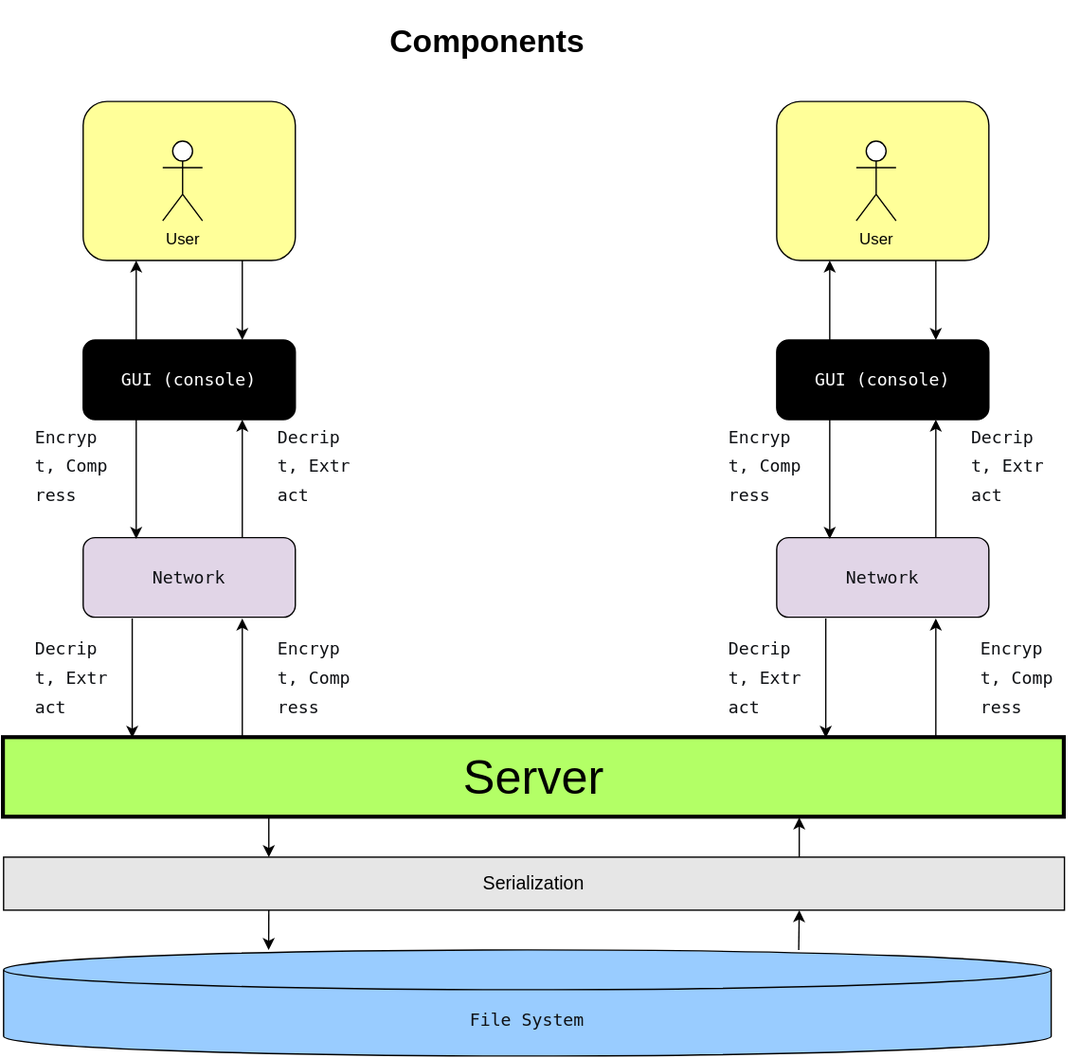
Before: Documentation/Components.drawio.svg, a diagram exported from draw.io (CheskisVladimir/MessengerV). Source tidied: cells renumbered, new cells last; positions are measured from the earlier drawing's top-left corner, leaving out a move shared by most shapes.
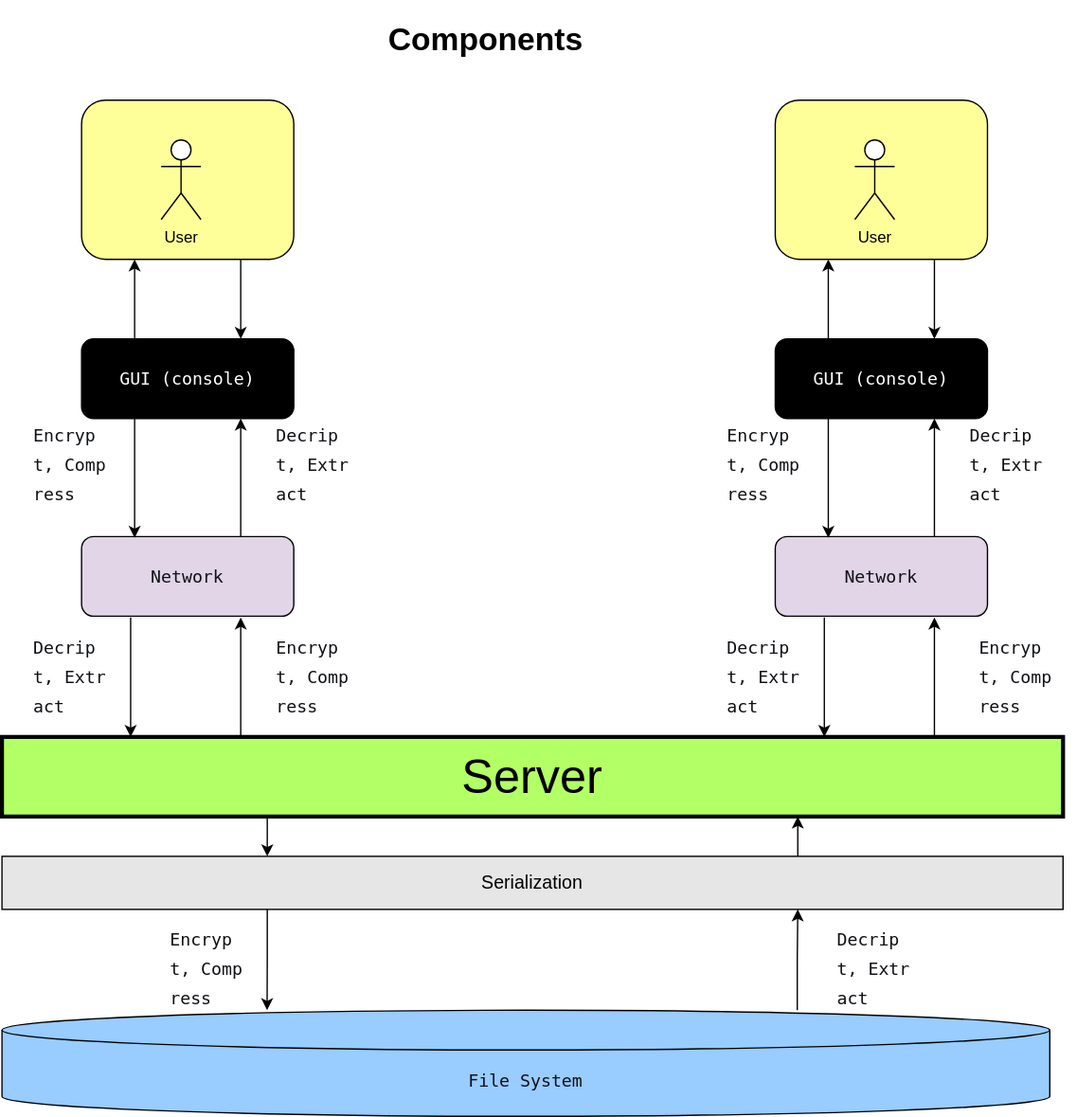
After the change.

Diff of the diagram source:
```diff
@@ -112,7 +112,7 @@
       <mxGeometry y="630" width="800" height="40" as="geometry" />
     </mxCell>
     <mxCell id="33" value="&lt;pre style=&quot;font-variant-numeric: normal; font-variant-east-asian: normal; font-variant-alternates: normal; font-size-adjust: none; font-kerning: auto; font-optical-sizing: auto; font-feature-settings: normal; font-variation-settings: normal; font-variant-position: normal; font-variant-emoji: normal; font-stretch: normal; font-size: 13px; line-height: 22px; font-family: Menlo, Monaco, Consolas, &amp;quot;Cascadia Mono&amp;quot;, &amp;quot;Ubuntu Mono&amp;quot;, &amp;quot;DejaVu Sans Mono&amp;quot;, &amp;quot;Liberation Mono&amp;quot;, &amp;quot;JetBrains Mono&amp;quot;, &amp;quot;Fira Code&amp;quot;, Cousine, &amp;quot;Roboto Mono&amp;quot;, &amp;quot;Courier New&amp;quot;, Courier, sans-serif, system-ui; overflow: auto; text-wrap-mode: wrap; word-break: break-all; padding: 16px; color: rgb(15, 17, 21); text-align: start; margin: 0px !important;&quot;&gt;File System&lt;/pre&gt;" style="shape=cylinder3;whiteSpace=wrap;html=1;boundedLbl=1;backgroundOutline=1;size=15;fillColor=#99CCFF;" parent="1" vertex="1">
-      <mxGeometry y="700" width="790" height="80" as="geometry" />
+      <mxGeometry y="746" width="790" height="80" as="geometry" />
     </mxCell>
     <mxCell id="34" style="edgeStyle=orthogonalEdgeStyle;rounded=0;jettySize=auto;html=1;exitX=0.25;exitY=1;exitDx=0;exitDy=0;entryX=0.253;entryY=0;entryDx=0;entryDy=0;entryPerimeter=0;" parent="1" edge="1" source="32" target="33">
       <mxGeometry relative="1" as="geometry" />
@@ -126,5 +126,11 @@
     <mxCell id="37" value="&lt;pre style=&quot;font-variant-numeric: normal; font-variant-east-asian: normal; font-variant-alternates: normal; font-size-adjust: none; font-kerning: auto; font-optical-sizing: auto; font-feature-settings: normal; font-variation-settings: normal; font-variant-position: normal; font-variant-emoji: normal; font-stretch: normal; font-size: 13px; line-height: 22px; font-family: Menlo, Monaco, Consolas, &amp;quot;Cascadia Mono&amp;quot;, &amp;quot;Ubuntu Mono&amp;quot;, &amp;quot;DejaVu Sans Mono&amp;quot;, &amp;quot;Liberation Mono&amp;quot;, &amp;quot;JetBrains Mono&amp;quot;, &amp;quot;Fira Code&amp;quot;, Cousine, &amp;quot;Roboto Mono&amp;quot;, &amp;quot;Courier New&amp;quot;, Courier, sans-serif, system-ui; overflow: auto; text-wrap-mode: wrap; word-break: break-all; padding: 16px; color: rgb(15, 17, 21); text-align: start; margin: 0px !important;&quot;&gt;Encrypt, Compress&lt;/pre&gt;" style="text;html=1;whiteSpace=wrap;strokeColor=none;fillColor=none;align=center;verticalAlign=middle;rounded=0;" parent="1" vertex="1">
       <mxGeometry x="190" y="480" width="90" height="30" as="geometry" />
     </mxCell>
+    <mxCell id="38" value="&lt;pre style=&quot;font-variant-numeric: normal; font-variant-east-asian: normal; font-variant-alternates: normal; font-size-adjust: none; font-kerning: auto; font-optical-sizing: auto; font-feature-settings: normal; font-variation-settings: normal; font-variant-position: normal; font-variant-emoji: normal; font-stretch: normal; font-size: 13px; line-height: 22px; font-family: Menlo, Monaco, Consolas, &amp;quot;Cascadia Mono&amp;quot;, &amp;quot;Ubuntu Mono&amp;quot;, &amp;quot;DejaVu Sans Mono&amp;quot;, &amp;quot;Liberation Mono&amp;quot;, &amp;quot;JetBrains Mono&amp;quot;, &amp;quot;Fira Code&amp;quot;, Cousine, &amp;quot;Roboto Mono&amp;quot;, &amp;quot;Courier New&amp;quot;, Courier, sans-serif, system-ui; overflow: auto; text-wrap-mode: wrap; word-break: break-all; padding: 16px; color: rgb(15, 17, 21); text-align: start; margin: 0px !important;&quot;&gt;Encrypt, Compress&lt;/pre&gt;" style="text;html=1;whiteSpace=wrap;strokeColor=none;fillColor=none;align=center;verticalAlign=middle;rounded=0;" parent="1" vertex="1">
+      <mxGeometry x="110" y="700" width="90" height="30" as="geometry" />
+    </mxCell>
+    <mxCell id="39" value="&lt;pre style=&quot;font-variant-numeric: normal; font-variant-east-asian: normal; font-variant-alternates: normal; font-size-adjust: none; font-kerning: auto; font-optical-sizing: auto; font-feature-settings: normal; font-variation-settings: normal; font-variant-position: normal; font-variant-emoji: normal; font-stretch: normal; font-size: 13px; line-height: 22px; font-family: Menlo, Monaco, Consolas, &amp;quot;Cascadia Mono&amp;quot;, &amp;quot;Ubuntu Mono&amp;quot;, &amp;quot;DejaVu Sans Mono&amp;quot;, &amp;quot;Liberation Mono&amp;quot;, &amp;quot;JetBrains Mono&amp;quot;, &amp;quot;Fira Code&amp;quot;, Cousine, &amp;quot;Roboto Mono&amp;quot;, &amp;quot;Courier New&amp;quot;, Courier, sans-serif, system-ui; overflow: auto; text-wrap-mode: wrap; word-break: break-all; padding: 16px; color: rgb(15, 17, 21); text-align: start; margin: 0px !important;&quot;&gt;Decript, Extract&lt;/pre&gt;" style="text;html=1;whiteSpace=wrap;strokeColor=none;fillColor=none;align=center;verticalAlign=middle;rounded=0;" parent="1" vertex="1">
+      <mxGeometry x="613" y="700" width="90" height="30" as="geometry" />
+    </mxCell>
   </root>
 </mxGraphModel>
```
